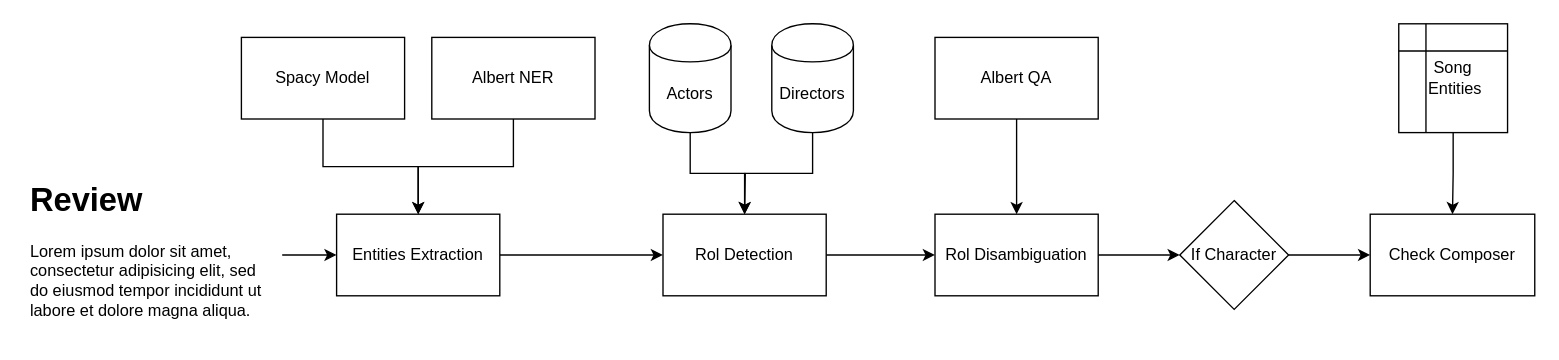
marmg/MovieNER keeps this draw.io diagram as images/persons.drawio. Above is the earlier version. Source tidied: cells renumbered, new cells numbered last; positions are measured from the earlier drawing's top-left corner, leaving out a move shared by most shapes. Both pictures are drawn from the tidied source at 136%, with x=0, y=0 at pixel (23, 23).
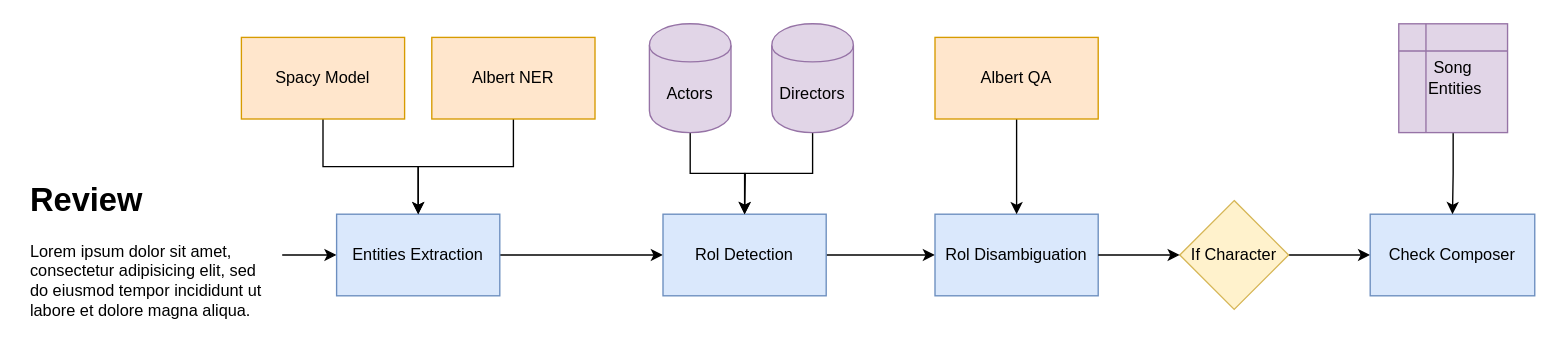
The same page after the edit.

The edit, as a diff of the source:
```diff
@@
-    <mxCell id="5" value="Entities Extraction" style="rounded=0;whiteSpace=wrap;html=1;" parent="1" vertex="1">
+    <mxCell id="5" value="Entities Extraction" style="rounded=0;whiteSpace=wrap;html=1;fillColor=#dae8fc;strokeColor=#6c8ebf;" parent="1" vertex="1">
       <mxGeometry x="230" y="140" width="120" height="60" as="geometry" />
     </mxCell>
@@
-    <mxCell id="7" value="Rol Detection" style="rounded=0;whiteSpace=wrap;html=1;" parent="1" vertex="1">
+    <mxCell id="7" value="Rol Detection" style="rounded=0;whiteSpace=wrap;html=1;fillColor=#dae8fc;strokeColor=#6c8ebf;" parent="1" vertex="1">
       <mxGeometry x="470" y="140" width="120" height="60" as="geometry" />
     </mxCell>
@@
-    <mxCell id="9" value="Rol Disambiguation" style="rounded=0;whiteSpace=wrap;html=1;" parent="1" vertex="1">
+    <mxCell id="9" value="Rol Disambiguation" style="rounded=0;whiteSpace=wrap;html=1;fillColor=#dae8fc;strokeColor=#6c8ebf;" parent="1" vertex="1">
       <mxGeometry x="670" y="140" width="120" height="60" as="geometry" />
     </mxCell>
-    <mxCell id="10" value="Check Composer" style="rounded=0;whiteSpace=wrap;html=1;" parent="1" vertex="1">
+    <mxCell id="10" value="Check Composer" style="rounded=0;whiteSpace=wrap;html=1;fillColor=#dae8fc;strokeColor=#6c8ebf;" parent="1" vertex="1">
       <mxGeometry x="990" y="140" width="121" height="60" as="geometry" />
     </mxCell>
@@
-    <mxCell id="12" value="Spacy Model" style="rounded=0;whiteSpace=wrap;html=1;" parent="1" vertex="1">
+    <mxCell id="12" value="Spacy Model" style="rounded=0;whiteSpace=wrap;html=1;fillColor=#ffe6cc;strokeColor=#d79b00;" parent="1" vertex="1">
       <mxGeometry x="160" y="10" width="120" height="60" as="geometry" />
     </mxCell>
@@
-    <mxCell id="14" value="Albert NER" style="rounded=0;whiteSpace=wrap;html=1;" parent="1" vertex="1">
+    <mxCell id="14" value="Albert NER" style="rounded=0;whiteSpace=wrap;html=1;fillColor=#ffe6cc;strokeColor=#d79b00;" parent="1" vertex="1">
       <mxGeometry x="300" y="10" width="120" height="60" as="geometry" />
     </mxCell>
@@
-    <mxCell id="16" value="Actors" style="shape=cylinder;whiteSpace=wrap;html=1;boundedLbl=1;backgroundOutline=1;" parent="1" vertex="1">
+    <mxCell id="16" value="Actors" style="shape=cylinder;whiteSpace=wrap;html=1;boundedLbl=1;backgroundOutline=1;fillColor=#e1d5e7;strokeColor=#9673a6;" parent="1" vertex="1">
       <mxGeometry x="460" width="60" height="80" as="geometry" />
     </mxCell>
@@
-    <mxCell id="18" value="Directors" style="shape=cylinder;whiteSpace=wrap;html=1;boundedLbl=1;backgroundOutline=1;" parent="1" vertex="1">
+    <mxCell id="18" value="Directors" style="shape=cylinder;whiteSpace=wrap;html=1;boundedLbl=1;backgroundOutline=1;fillColor=#e1d5e7;strokeColor=#9673a6;" parent="1" vertex="1">
       <mxGeometry x="550" width="60" height="80" as="geometry" />
     </mxCell>
@@
-    <mxCell id="20" value="Albert QA" style="rounded=0;whiteSpace=wrap;html=1;" parent="1" vertex="1">
+    <mxCell id="20" value="Albert QA" style="rounded=0;whiteSpace=wrap;html=1;fillColor=#ffe6cc;strokeColor=#d79b00;" parent="1" vertex="1">
       <mxGeometry x="670" y="10" width="120" height="60" as="geometry" />
     </mxCell>
-    <mxCell id="21" value="If Character" style="rhombus;whiteSpace=wrap;html=1;" parent="1" vertex="1">
+    <mxCell id="21" value="If Character" style="rhombus;whiteSpace=wrap;html=1;fillColor=#fff2cc;strokeColor=#d6b656;" parent="1" vertex="1">
       <mxGeometry x="850" y="130" width="80" height="80" as="geometry" />
     </mxCell>
@@
-    <mxCell id="24" value="Song &lt;br&gt;&amp;nbsp;Entities" style="shape=internalStorage;whiteSpace=wrap;html=1;backgroundOutline=1;" parent="1" vertex="1">
+    <mxCell id="24" value="Song &lt;br&gt;&amp;nbsp;Entities" style="shape=internalStorage;whiteSpace=wrap;html=1;backgroundOutline=1;fillColor=#e1d5e7;strokeColor=#9673a6;" parent="1" vertex="1">
       <mxGeometry x="1011" width="80" height="80" as="geometry" />
     </mxCell>
```
